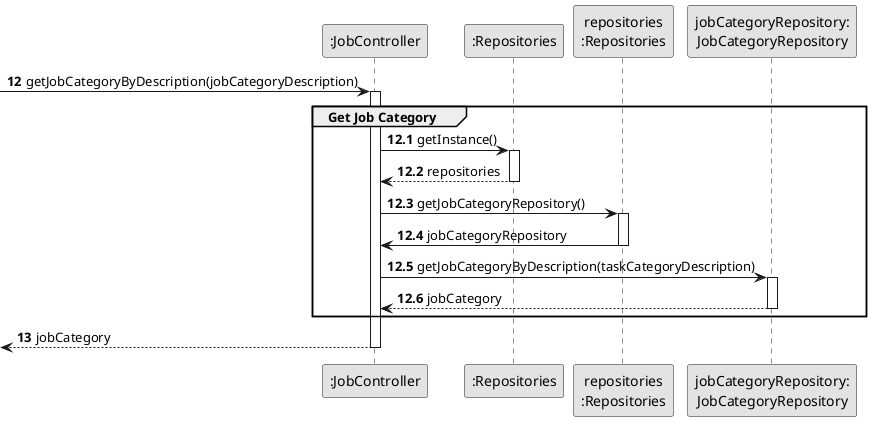
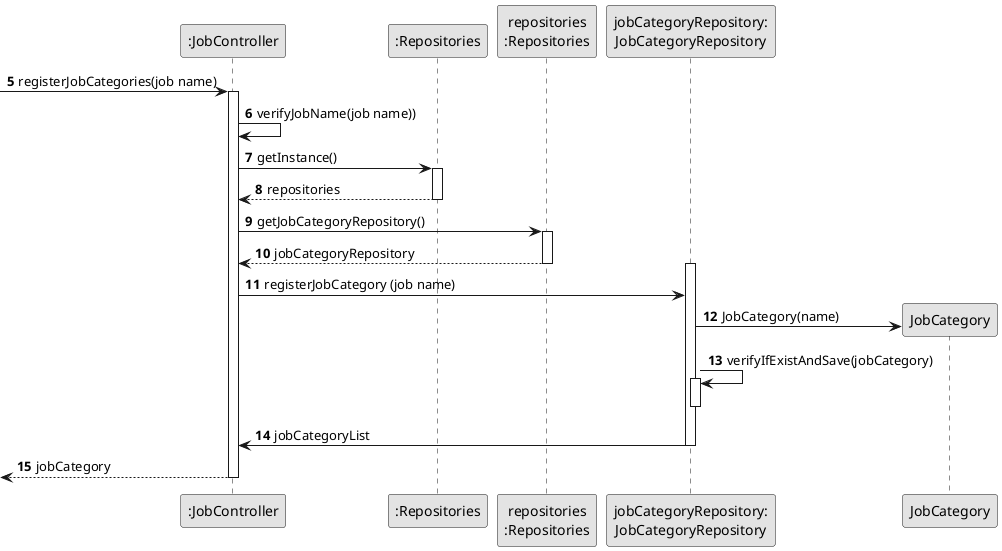
@startuml
skinparam monochrome true
skinparam packageStyle rectangle
skinparam shadowing false

participant ":JobController" as CTRL
participant ":Repositories" as RepositorySingleton
participant "repositories\n:Repositories" as PLAT
participant "jobCategoryRepository:\nJobCategoryRepository" as JobCategoryRepository

- autonumber 12
- -> CTRL : getJobCategoryByDescription(jobCategoryDescription)
+ autonumber 5
+ -> CTRL : registerJobCategories(job name)

- autonumber 12.1
+ autonumber 6

- activate CTRL
-     group Get Job Category
-         CTRL -> RepositorySingleton : getInstance()
-         activate RepositorySingleton
+             activate CTRL
+             CTRL -> CTRL : verifyJobName(job name))

-             RepositorySingleton --> CTRL: repositories
-         deactivate RepositorySingleton

-         CTRL -> PLAT : getJobCategoryRepository()
-         activate PLAT
+                 CTRL -> RepositorySingleton : getInstance()
+                 activate RepositorySingleton

-             PLAT -> CTRL : jobCategoryRepository
-         deactivate PLAT
+                     RepositorySingleton --> CTRL: repositories
+                 deactivate RepositorySingleton

-         CTRL -> JobCategoryRepository : getJobCategoryByDescription(taskCategoryDescription)
-         activate JobCategoryRepository
+                 CTRL -> PLAT : getJobCategoryRepository()
+                 activate PLAT

-             JobCategoryRepository --> CTRL : jobCategory
-         deactivate JobCategoryRepository
+                     PLAT --> CTRL: jobCategoryRepository
+                 deactivate PLAT

-     end group

-     autonumber 13
+                 activate JobCategoryRepository
+ 
+ 
+                     CTRL -> JobCategoryRepository : registerJobCategory (job name)
+                     JobCategoryRepository -> JobCategory** : JobCategory(name)
+ 
+                     JobCategoryRepository -> JobCategoryRepository : verifyIfExistAndSave(jobCategory)
+                     activate JobCategoryRepository
+ 
+                 deactivate JobCategoryRepository
+ 
+                 JobCategoryRepository -> CTRL : jobCategoryList
+                 deactivate JobCategoryRepository
+ 
+ 
+     autonumber 15
    <-- CTRL : jobCategory

deactivate CTRL


@enduml